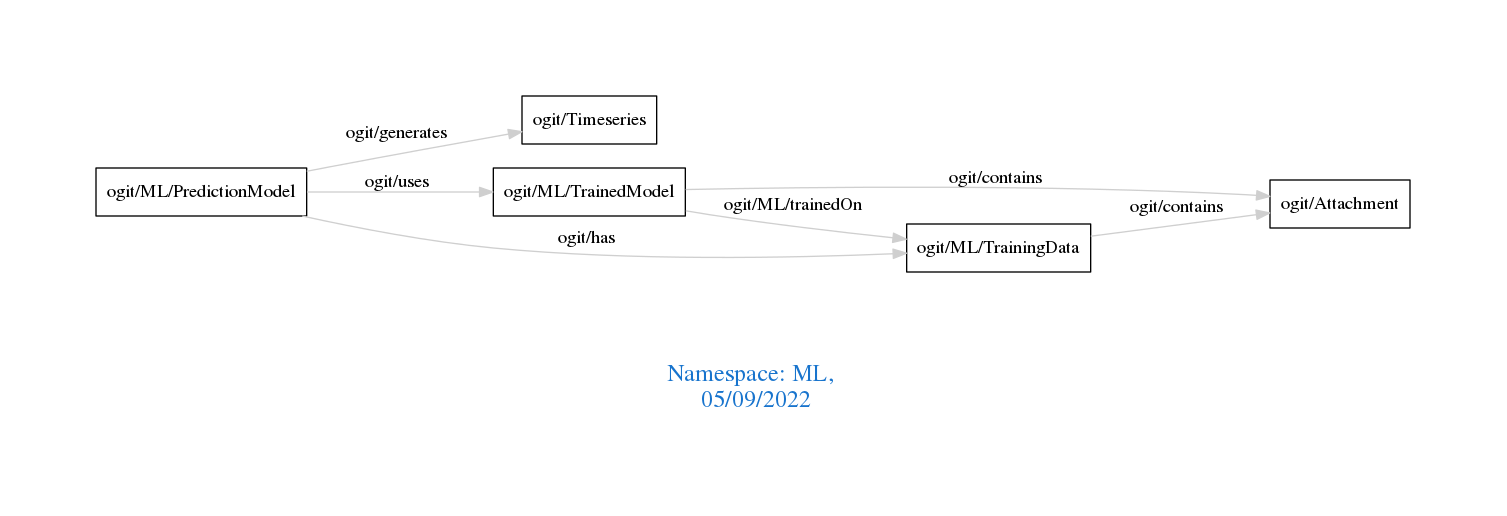
Earlier version of the Graphviz export downloads/ML.png (arago/OGIT). Its source is kept beside it as downloads/ML.dot.
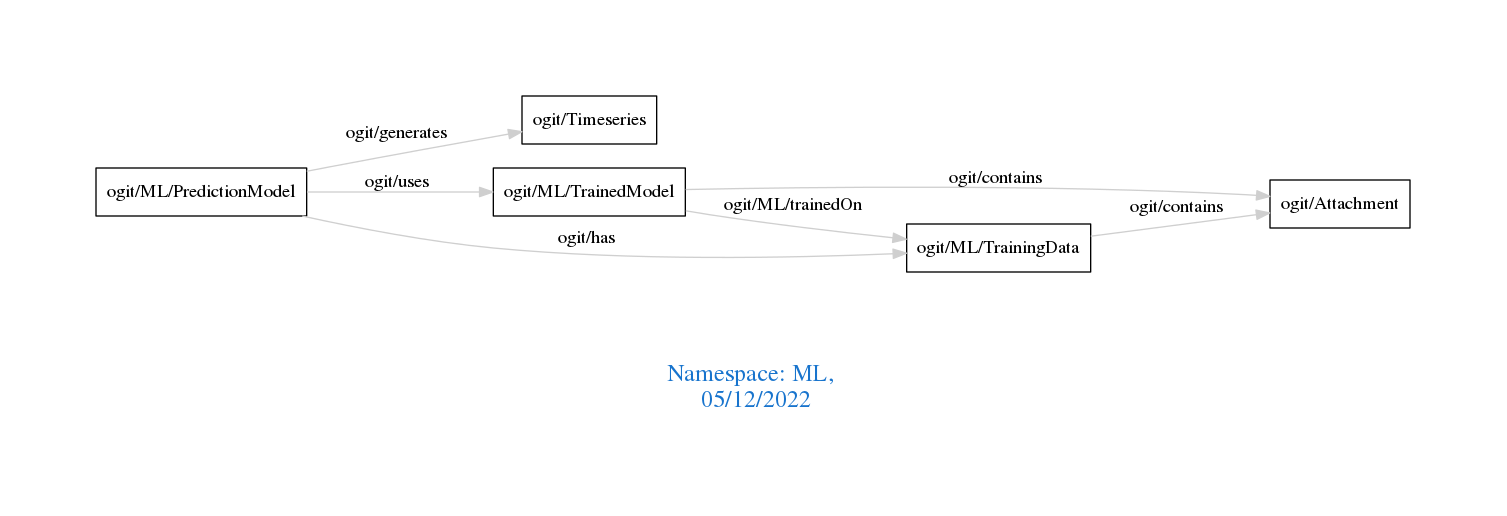
Above is the later version.

The edit, as a diff of the source:
```diff
@@ -1,7 +1,7 @@
 digraph OGIT_ontology {
  graph [ rankdir= LR,pad=1
 fontsize = 18,
-fontcolor= dodgerblue3,label = "\n\n\nNamespace: ML, \n 05/09/2022"];
+fontcolor= dodgerblue3,label = "\n\n\nNamespace: ML, \n 05/12/2022"];
 node[shape=polygon];
 edge [  color="gray81"];
 
```
